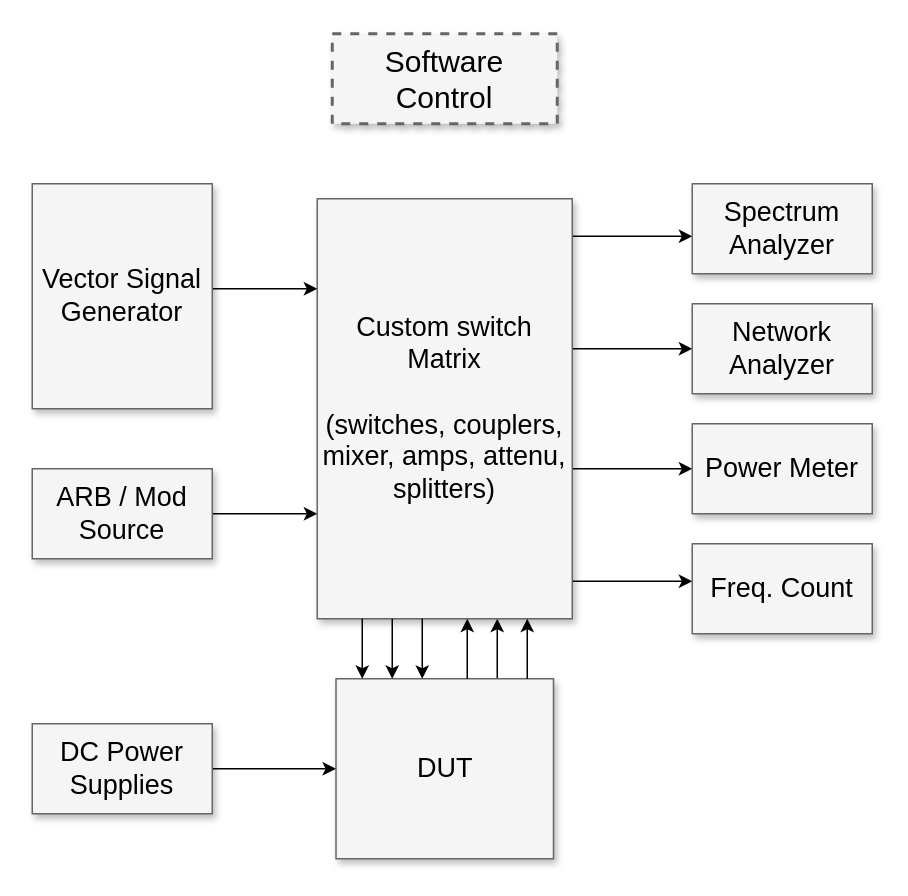
The draw.io diagram assets/Untitled Diagram.drawio in momu/esp32-alarmlicht, before the edit. Source tidied: cells renumbered, new cells numbered last; positions are measured from the earlier drawing's top-left corner, leaving out a move shared by most shapes. Both pictures are drawn from the tidied source at 150%, with x=0, y=0 at pixel (32, 33).
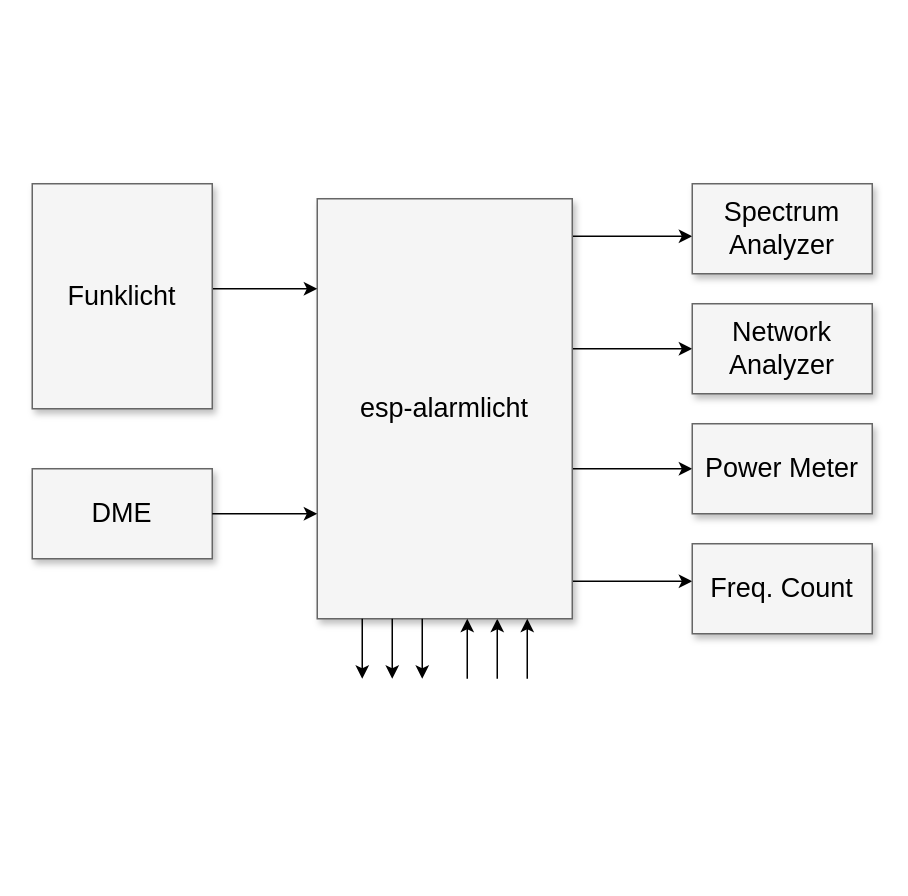
The same diagram, later.

Diff of the diagram source:
```diff
@@
-    <mxCell id="2" value="Software Control" style="whiteSpace=wrap;html=1;shadow=1;fontSize=20;fillColor=#f5f5f5;strokeColor=#666666;strokeWidth=2;dashed=1;" parent="1" vertex="1">
-      <mxGeometry x="200" width="150" height="60" as="geometry" />
-    </mxCell>
@@
-    <mxCell id="7" style="edgeStyle=elbowEdgeStyle;rounded=0;html=1;startArrow=none;startFill=0;jettySize=auto;fontSize=18;" parent="1" edge="1" source="17" target="8">
+    <mxCell id="7" style="edgeStyle=elbowEdgeStyle;rounded=0;html=1;startArrow=none;startFill=0;jettySize=auto;fontSize=18;" parent="1" edge="1" target="8">
       <mxGeometry relative="1" as="geometry">
+        <mxPoint x="310" y="430" as="sourcePoint" />
         <Array as="points">
           <mxPoint x="310" y="410" />
         </Array>
       </mxGeometry>
     </mxCell>
-    <mxCell id="8" value="Custom switch Matrix&lt;div&gt;&lt;br&gt;&lt;/div&gt;&lt;div&gt;(switches, couplers, mixer, amps, attenu, splitters)&lt;/div&gt;" style="whiteSpace=wrap;html=1;shadow=1;fontSize=18;fillColor=#f5f5f5;strokeColor=#666666;" parent="1" vertex="1">
+    <mxCell id="8" value="esp-alarmlicht" style="whiteSpace=wrap;html=1;shadow=1;fontSize=18;fillColor=#f5f5f5;strokeColor=#666666;" parent="1" vertex="1">
       <mxGeometry x="190" y="110" width="170" height="280" as="geometry" />
     </mxCell>
@@
-    <mxCell id="14" value="Vector Signal Generator" style="whiteSpace=wrap;html=1;shadow=1;fontSize=18;fillColor=#f5f5f5;strokeColor=#666666;" parent="1" vertex="1">
+    <mxCell id="14" value="Funklicht" style="whiteSpace=wrap;html=1;shadow=1;fontSize=18;fillColor=#f5f5f5;strokeColor=#666666;" parent="1" vertex="1">
       <mxGeometry y="100" width="120" height="150" as="geometry" />
     </mxCell>
-    <mxCell id="15" style="edgeStyle=elbowEdgeStyle;rounded=0;html=1;startArrow=none;startFill=0;jettySize=auto;fontSize=18;elbow=vertical;" parent="1" edge="1" source="16" target="8">
-      <mxGeometry relative="1" as="geometry" />
-    </mxCell>
-    <mxCell id="16" value="ARB / Mod Source" style="whiteSpace=wrap;html=1;shadow=1;fontSize=18;fillColor=#f5f5f5;strokeColor=#666666;" parent="1" vertex="1">
+    <mxCell id="16" value="DME" style="whiteSpace=wrap;html=1;shadow=1;fontSize=18;fillColor=#f5f5f5;strokeColor=#666666;" parent="1" vertex="1">
       <mxGeometry y="290" width="120" height="60" as="geometry" />
     </mxCell>
-    <mxCell id="17" value="DUT" style="whiteSpace=wrap;html=1;shadow=1;fontSize=18;fillColor=#f5f5f5;strokeColor=#666666;" parent="1" vertex="1">
-      <mxGeometry x="202.5" y="430" width="145" height="120" as="geometry" />
-    </mxCell>
-    <mxCell id="18" style="edgeStyle=elbowEdgeStyle;rounded=0;html=1;startArrow=none;startFill=0;jettySize=auto;fontSize=18;elbow=vertical;" parent="1" edge="1" source="19" target="17">
-      <mxGeometry relative="1" as="geometry" />
-    </mxCell>
-    <mxCell id="19" value="DC Power Supplies" style="whiteSpace=wrap;html=1;shadow=1;fontSize=18;fillColor=#f5f5f5;strokeColor=#666666;" parent="1" vertex="1">
-      <mxGeometry y="460" width="120" height="60" as="geometry" />
-    </mxCell>
-    <mxCell id="20" style="edgeStyle=elbowEdgeStyle;rounded=0;html=1;startArrow=none;startFill=0;jettySize=auto;fontSize=18;" parent="1" edge="1" source="17" target="8">
+    <mxCell id="20" style="edgeStyle=elbowEdgeStyle;rounded=0;html=1;startArrow=none;startFill=0;jettySize=auto;fontSize=18;" parent="1" edge="1" target="8">
       <mxGeometry relative="1" as="geometry">
+        <mxPoint x="330" y="430" as="sourcePoint" />
         <Array as="points">
           <mxPoint x="330" y="410" />
           <mxPoint x="310" y="410" />
         </Array>
       </mxGeometry>
     </mxCell>
@@
+    <mxCell id="25" style="edgeStyle=elbowEdgeStyle;rounded=0;html=1;startArrow=none;startFill=0;jettySize=auto;orthogonalLoop=1;fontSize=18;elbow=vertical;" parent="1" edge="1">
+      <mxGeometry relative="1" as="geometry">
+        <mxPoint x="120" y="320" as="sourcePoint" />
+        <mxPoint x="190" y="320" as="targetPoint" />
+        <Array as="points">
+          <mxPoint x="160" y="320" />
+        </Array>
+      </mxGeometry>
+    </mxCell>
```
